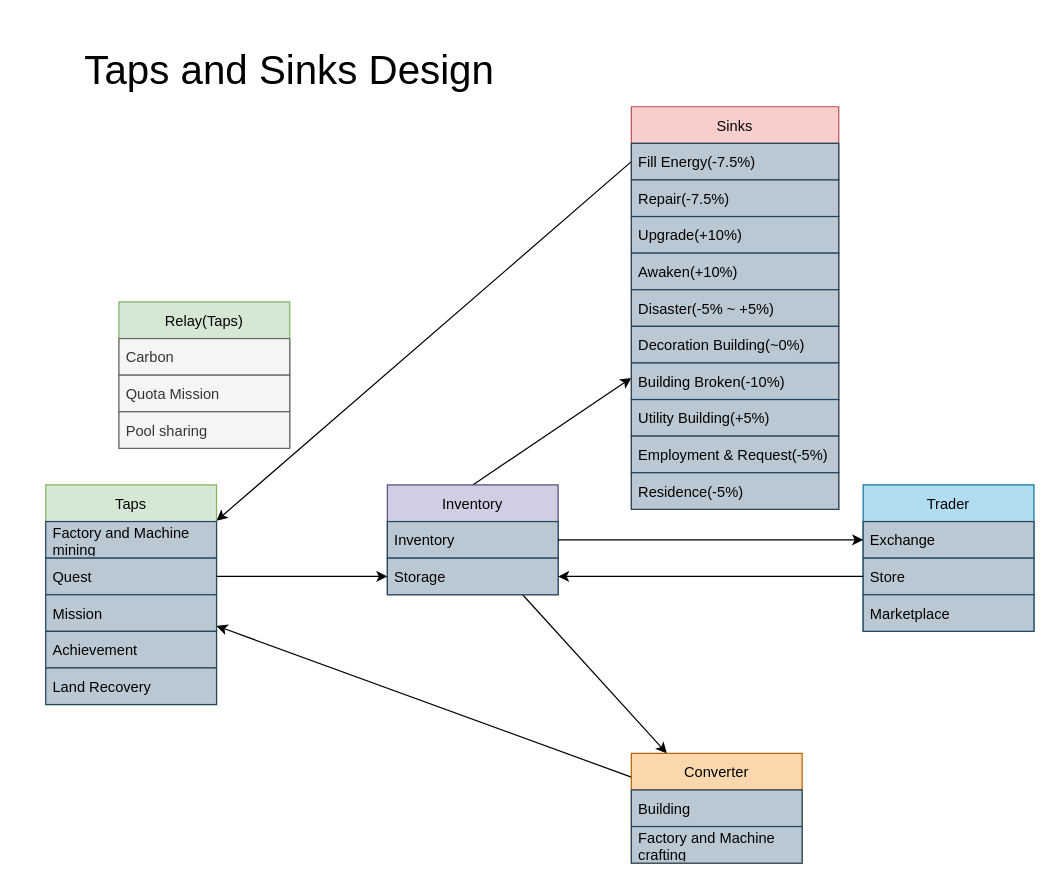
memberteen/craftdefi-ecosystem keeps this draw.io diagram as Taps And Sinks.drawio. Above is the earlier version. Source tidied: cells renumbered, new cells numbered last; positions are measured from the earlier drawing's top-left corner, leaving out a move shared by most shapes. Both pictures are drawn from the tidied source at 122%, with x=0, y=0 at pixel (21, 21).
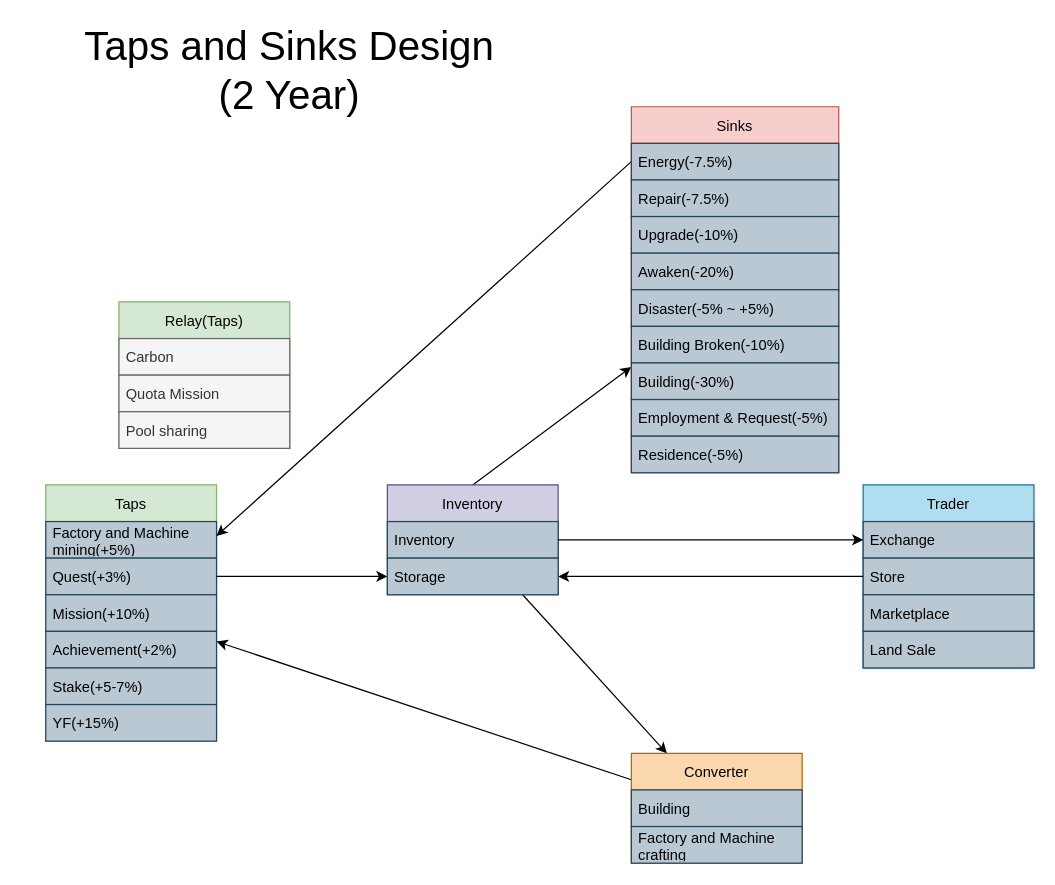
After the change.

Change to the diagram source:
```diff
@@
     <mxCell id="2" value="Taps" style="swimlane;fontStyle=0;horizontal=1;startSize=30;fillColor=#d5e8d4;strokeColor=#82b366;" parent="1" vertex="1">
-      <mxGeometry x="20" y="380" width="140" height="180" as="geometry" />
+      <mxGeometry x="20" y="380" width="140" height="210" as="geometry" />
     </mxCell>
-    <mxCell id="3" value="Factory and Machine mining" style="text;strokeColor=#23445d;fillColor=#bac8d3;align=left;verticalAlign=middle;spacingLeft=4;spacingRight=4;overflow=hidden;whiteSpace=wrap;" parent="2" vertex="1">
+    <mxCell id="3" value="Factory and Machine mining(+5%)" style="text;strokeColor=#23445d;fillColor=#bac8d3;align=left;verticalAlign=middle;spacingLeft=4;spacingRight=4;overflow=hidden;whiteSpace=wrap;" parent="2" vertex="1">
       <mxGeometry y="30" width="140" height="30" as="geometry" />
     </mxCell>
-    <mxCell id="4" value="Quest" style="text;strokeColor=#23445d;fillColor=#bac8d3;align=left;verticalAlign=middle;spacingLeft=4;spacingRight=4;overflow=hidden;points=[[0,0.5],[1,0.5]];portConstraint=eastwest;" parent="2" vertex="1">
+    <mxCell id="4" value="Quest(+3%)" style="text;strokeColor=#23445d;fillColor=#bac8d3;align=left;verticalAlign=middle;spacingLeft=4;spacingRight=4;overflow=hidden;points=[[0,0.5],[1,0.5]];portConstraint=eastwest;" parent="2" vertex="1">
       <mxGeometry y="60" width="140" height="30" as="geometry" />
     </mxCell>
-    <mxCell id="5" value="Mission" style="text;strokeColor=#23445d;fillColor=#bac8d3;align=left;verticalAlign=middle;spacingLeft=4;spacingRight=4;overflow=hidden;" parent="2" vertex="1">
+    <mxCell id="5" value="Mission(+10%)" style="text;strokeColor=#23445d;fillColor=#bac8d3;align=left;verticalAlign=middle;spacingLeft=4;spacingRight=4;overflow=hidden;" parent="2" vertex="1">
       <mxGeometry y="90" width="140" height="30" as="geometry" />
     </mxCell>
-    <mxCell id="6" value="Achievement" style="text;strokeColor=#23445d;fillColor=#bac8d3;align=left;verticalAlign=middle;spacingLeft=4;spacingRight=4;overflow=hidden;" parent="2" vertex="1">
+    <mxCell id="6" value="Achievement(+2%)" style="text;strokeColor=#23445d;fillColor=#bac8d3;align=left;verticalAlign=middle;spacingLeft=4;spacingRight=4;overflow=hidden;" parent="2" vertex="1">
       <mxGeometry y="120" width="140" height="30" as="geometry" />
     </mxCell>
-    <mxCell id="7" value="Land Recovery" style="text;strokeColor=#23445d;fillColor=#bac8d3;align=left;verticalAlign=middle;spacingLeft=4;spacingRight=4;overflow=hidden;" parent="2" vertex="1">
-      <mxGeometry y="150" width="140" height="30" as="geometry" />
-    </mxCell>
+    <mxCell id="41" value="Stake(+5-7%)" style="text;strokeColor=#23445d;fillColor=#bac8d3;align=left;verticalAlign=middle;spacingLeft=4;spacingRight=4;overflow=hidden;" parent="2" vertex="1">
+      <mxGeometry y="150" width="140" height="30" as="geometry" />
+    </mxCell>
+    <mxCell id="42" value="YF(+15%)" style="text;strokeColor=#23445d;fillColor=#bac8d3;align=left;verticalAlign=middle;spacingLeft=4;spacingRight=4;overflow=hidden;" parent="2" vertex="1">
+      <mxGeometry y="180" width="140" height="30" as="geometry" />
+    </mxCell>
@@
     <mxCell id="14" value="Sinks" style="swimlane;fontStyle=0;horizontal=1;startSize=30;fillColor=#f8cecc;strokeColor=#b85450;" parent="1" vertex="1">
-      <mxGeometry x="500" y="70" width="170" height="330" as="geometry" />
+      <mxGeometry x="500" y="70" width="170" height="300" as="geometry" />
     </mxCell>
-    <mxCell id="15" value="Fill Energy(-7.5%)" style="text;align=left;verticalAlign=middle;spacingLeft=4;spacingRight=4;overflow=hidden;points=[[0,0.5],[1,0.5]];portConstraint=eastwest;fillColor=#bac8d3;strokeColor=#23445d;" parent="14" vertex="1">
+    <mxCell id="15" value="Energy(-7.5%)" style="text;align=left;verticalAlign=middle;spacingLeft=4;spacingRight=4;overflow=hidden;points=[[0,0.5],[1,0.5]];portConstraint=eastwest;fillColor=#bac8d3;strokeColor=#23445d;" parent="14" vertex="1">
       <mxGeometry y="30" width="170" height="30" as="geometry" />
     </mxCell>
@@
-    <mxCell id="17" value="Upgrade(+10%)" style="text;align=left;verticalAlign=middle;spacingLeft=4;spacingRight=4;overflow=hidden;fillColor=#bac8d3;strokeColor=#23445d;" parent="14" vertex="1">
+    <mxCell id="17" value="Upgrade(-10%)" style="text;align=left;verticalAlign=middle;spacingLeft=4;spacingRight=4;overflow=hidden;fillColor=#bac8d3;strokeColor=#23445d;" parent="14" vertex="1">
       <mxGeometry y="90" width="170" height="30" as="geometry" />
     </mxCell>
-    <mxCell id="18" value="Awaken(+10%)" style="text;align=left;verticalAlign=middle;spacingLeft=4;spacingRight=4;overflow=hidden;fillColor=#bac8d3;strokeColor=#23445d;" parent="14" vertex="1">
+    <mxCell id="18" value="Awaken(-20%)" style="text;align=left;verticalAlign=middle;spacingLeft=4;spacingRight=4;overflow=hidden;fillColor=#bac8d3;strokeColor=#23445d;" parent="14" vertex="1">
       <mxGeometry y="120" width="170" height="30" as="geometry" />
     </mxCell>
@@
+    <mxCell id="21" value="Building Broken(-10%)" style="text;align=left;verticalAlign=middle;spacingLeft=4;spacingRight=4;overflow=hidden;fillColor=#bac8d3;strokeColor=#23445d;" parent="14" vertex="1">
+      <mxGeometry y="180" width="170" height="30" as="geometry" />
+    </mxCell>
-    <mxCell id="20" value="Decoration Building(~0%)" style="text;align=left;verticalAlign=middle;spacingLeft=4;spacingRight=4;overflow=hidden;fillColor=#bac8d3;strokeColor=#23445d;" parent="14" vertex="1">
-      <mxGeometry y="180" width="170" height="30" as="geometry" />
+    <mxCell id="20" value="Building(-30%)" style="text;align=left;verticalAlign=middle;spacingLeft=4;spacingRight=4;overflow=hidden;fillColor=#bac8d3;strokeColor=#23445d;" parent="14" vertex="1">
+      <mxGeometry y="210" width="170" height="30" as="geometry" />
     </mxCell>
-    <mxCell id="21" value="Building Broken(-10%)" style="text;align=left;verticalAlign=middle;spacingLeft=4;spacingRight=4;overflow=hidden;fillColor=#bac8d3;strokeColor=#23445d;" parent="14" vertex="1">
-      <mxGeometry y="210" width="170" height="30" as="geometry" />
-    </mxCell>
-    <mxCell id="22" value="Utility Building(+5%)" style="text;align=left;verticalAlign=middle;spacingLeft=4;spacingRight=4;overflow=hidden;fillColor=#bac8d3;strokeColor=#23445d;" parent="14" vertex="1">
-      <mxGeometry y="240" width="170" height="30" as="geometry" />
-    </mxCell>
     <mxCell id="23" value="Employment &amp; Request(-5%)" style="text;align=left;verticalAlign=middle;spacingLeft=4;spacingRight=4;overflow=hidden;fontStyle=0;fillColor=#bac8d3;strokeColor=#23445d;" parent="14" vertex="1">
-      <mxGeometry y="270" width="170" height="30" as="geometry" />
+      <mxGeometry y="240" width="170" height="30" as="geometry" />
     </mxCell>
     <mxCell id="24" value="Residence(-5%)" style="text;align=left;verticalAlign=middle;spacingLeft=4;spacingRight=4;overflow=hidden;fontStyle=0;fillColor=#bac8d3;strokeColor=#23445d;" parent="14" vertex="1">
-      <mxGeometry y="300" width="170" height="30" as="geometry" />
+      <mxGeometry y="270" width="170" height="30" as="geometry" />
     </mxCell>
@@
     <mxCell id="29" value="Trader" style="swimlane;fontStyle=0;horizontal=1;startSize=30;fillColor=#b1ddf0;strokeColor=#10739e;" parent="1" vertex="1">
-      <mxGeometry x="690" y="380" width="140" height="120" as="geometry" />
+      <mxGeometry x="690" y="380" width="140" height="150" as="geometry" />
     </mxCell>
@@
+    <mxCell id="43" value="Land Sale" style="text;strokeColor=#23445d;fillColor=#bac8d3;align=left;verticalAlign=middle;spacingLeft=4;spacingRight=4;overflow=hidden;" parent="29" vertex="1">
+      <mxGeometry y="120" width="140" height="30" as="geometry" />
+    </mxCell>
@@
-    <mxCell id="40" value="&lt;font style=&quot;font-size: 33px;&quot;&gt;Taps and Sinks Design&lt;/font&gt;" style="text;html=1;strokeColor=none;fillColor=none;align=center;verticalAlign=middle;whiteSpace=wrap;rounded=0;" parent="1" vertex="1">
+    <mxCell id="40" value="&lt;font style=&quot;font-size: 33px;&quot;&gt;Taps and Sinks Design&lt;br&gt;(2 Year)&lt;br&gt;&lt;/font&gt;" style="text;html=1;strokeColor=none;fillColor=none;align=center;verticalAlign=middle;whiteSpace=wrap;rounded=0;" parent="1" vertex="1">
       <mxGeometry width="440" height="80" as="geometry" />
     </mxCell>
```
